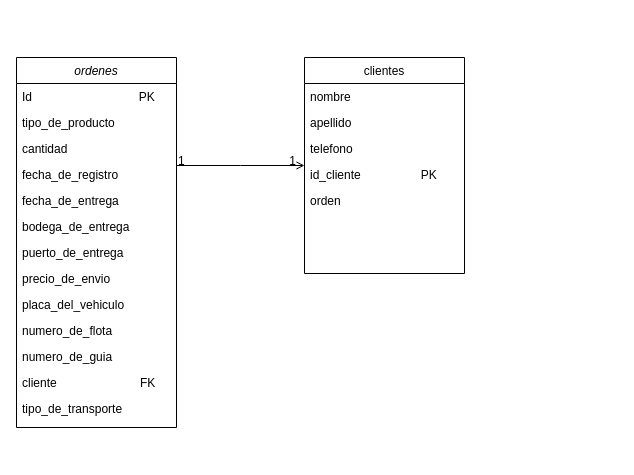
ibrahimhc19/Logistica keeps this draw.io diagram as diagrama.drawio. Above is the earlier version. Source tidied: cells renumbered, new cells numbered last; positions are measured from the earlier drawing's top-left corner, leaving out a move shared by most shapes. Both pictures are drawn from the tidied source at 100%, with x=0, y=0 at pixel (16, 57).
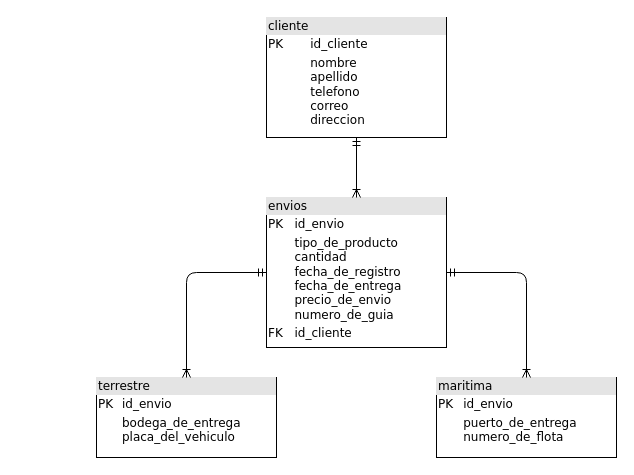
Above is the later version.

Commit message (it also covers changes not shown here):
correccion de diagrama y tablas

The edit, as a diff of the source:
```diff
@@
-    <mxCell id="0" />
-    <mxCell id="1" parent="0" />
-    <mxCell id="2" value="ordenes" style="swimlane;fontStyle=2;align=center;verticalAlign=top;horizontal=1;startSize=26;rounded=0;shadow=0;strokeWidth=1;" parent="1" vertex="1">
-      <mxGeometry width="160" height="370" as="geometry" />
-    </mxCell>
-    <mxCell id="3" value="Id                                PK" style="text;align=left;verticalAlign=top;spacingLeft=4;spacingRight=4;overflow=hidden;" parent="2" vertex="1">
-      <mxGeometry y="26" width="160" height="26" as="geometry" />
-    </mxCell>
-    <mxCell id="4" value="tipo_de_producto" style="text;align=left;verticalAlign=top;spacingLeft=4;spacingRight=4;overflow=hidden;rounded=0;shadow=0;html=0;" parent="2" vertex="1">
-      <mxGeometry y="52" width="160" height="26" as="geometry" />
-    </mxCell>
-    <mxCell id="5" value="cantidad" style="text;align=left;verticalAlign=top;spacingLeft=4;spacingRight=4;overflow=hidden;rounded=0;shadow=0;html=0;" parent="2" vertex="1">
-      <mxGeometry y="78" width="160" height="26" as="geometry" />
-    </mxCell>
-    <mxCell id="6" value="fecha_de_registro" style="text;align=left;verticalAlign=top;spacingLeft=4;spacingRight=4;overflow=hidden;rounded=0;shadow=0;html=0;" parent="2" vertex="1">
-      <mxGeometry y="104" width="160" height="26" as="geometry" />
-    </mxCell>
-    <mxCell id="7" value="fecha_de_entrega" style="text;align=left;verticalAlign=top;spacingLeft=4;spacingRight=4;overflow=hidden;rounded=0;shadow=0;html=0;" parent="2" vertex="1">
-      <mxGeometry y="130" width="160" height="26" as="geometry" />
-    </mxCell>
-    <mxCell id="8" value="bodega_de_entrega&#10;" style="text;align=left;verticalAlign=top;spacingLeft=4;spacingRight=4;overflow=hidden;rounded=0;shadow=0;html=0;" parent="2" vertex="1">
-      <mxGeometry y="156" width="160" height="26" as="geometry" />
-    </mxCell>
-    <mxCell id="9" value="puerto_de_entrega" style="text;align=left;verticalAlign=top;spacingLeft=4;spacingRight=4;overflow=hidden;rounded=0;shadow=0;html=0;" parent="2" vertex="1">
-      <mxGeometry y="182" width="160" height="26" as="geometry" />
-    </mxCell>
-    <mxCell id="10" value="precio_de_envio" style="text;align=left;verticalAlign=top;spacingLeft=4;spacingRight=4;overflow=hidden;rounded=0;shadow=0;html=0;" parent="2" vertex="1">
-      <mxGeometry y="208" width="160" height="26" as="geometry" />
-    </mxCell>
-    <mxCell id="11" value="placa_del_vehiculo" style="text;align=left;verticalAlign=top;spacingLeft=4;spacingRight=4;overflow=hidden;rounded=0;shadow=0;html=0;" parent="2" vertex="1">
-      <mxGeometry y="234" width="160" height="26" as="geometry" />
-    </mxCell>
-    <mxCell id="12" value="numero_de_flota" style="text;align=left;verticalAlign=top;spacingLeft=4;spacingRight=4;overflow=hidden;rounded=0;shadow=0;html=0;" parent="2" vertex="1">
-      <mxGeometry y="260" width="160" height="26" as="geometry" />
-    </mxCell>
-    <mxCell id="13" value="numero_de_guia" style="text;align=left;verticalAlign=top;spacingLeft=4;spacingRight=4;overflow=hidden;rounded=0;shadow=0;html=0;" parent="2" vertex="1">
-      <mxGeometry y="286" width="160" height="26" as="geometry" />
-    </mxCell>
-    <mxCell id="14" value="cliente                         FK" style="text;align=left;verticalAlign=top;spacingLeft=4;spacingRight=4;overflow=hidden;rounded=0;shadow=0;html=0;" parent="2" vertex="1">
-      <mxGeometry y="312" width="160" height="26" as="geometry" />
-    </mxCell>
-    <mxCell id="15" value="tipo_de_transporte" style="text;align=left;verticalAlign=top;spacingLeft=4;spacingRight=4;overflow=hidden;rounded=0;shadow=0;html=0;" parent="2" vertex="1">
-      <mxGeometry y="338" width="160" height="26" as="geometry" />
-    </mxCell>
-    <mxCell id="16" value="clientes" style="swimlane;fontStyle=0;align=center;verticalAlign=top;horizontal=1;startSize=26;rounded=0;shadow=0;strokeWidth=1;" parent="1" vertex="1">
-      <mxGeometry x="288" width="160" height="216" as="geometry" />
-    </mxCell>
-    <mxCell id="17" value="nombre" style="text;align=left;verticalAlign=top;spacingLeft=4;spacingRight=4;overflow=hidden;" parent="16" vertex="1">
-      <mxGeometry y="26" width="160" height="26" as="geometry" />
-    </mxCell>
-    <mxCell id="18" value="apellido" style="text;align=left;verticalAlign=top;spacingLeft=4;spacingRight=4;overflow=hidden;rounded=0;shadow=0;html=0;" parent="16" vertex="1">
-      <mxGeometry y="52" width="160" height="26" as="geometry" />
-    </mxCell>
-    <mxCell id="19" value="telefono" style="text;align=left;verticalAlign=top;spacingLeft=4;spacingRight=4;overflow=hidden;rounded=0;shadow=0;html=0;" parent="16" vertex="1">
-      <mxGeometry y="78" width="160" height="26" as="geometry" />
-    </mxCell>
-    <mxCell id="20" value="id_cliente                  PK" style="text;align=left;verticalAlign=top;spacingLeft=4;spacingRight=4;overflow=hidden;rounded=0;shadow=0;html=0;" parent="16" vertex="1">
-      <mxGeometry y="104" width="160" height="26" as="geometry" />
-    </mxCell>
-    <mxCell id="21" value="orden" style="text;align=left;verticalAlign=top;spacingLeft=4;spacingRight=4;overflow=hidden;rounded=0;shadow=0;html=0;" parent="16" vertex="1">
-      <mxGeometry y="130" width="160" height="26" as="geometry" />
-    </mxCell>
-    <mxCell id="22" style="endArrow=open;shadow=0;strokeWidth=1;rounded=0;curved=0;endFill=1;edgeStyle=elbowEdgeStyle;elbow=vertical;" parent="1" edge="1" source="2" target="16">
-      <mxGeometry x="0.5" y="41" relative="1" as="geometry">
-        <mxPoint x="-40" y="32" as="offset" />
-      </mxGeometry>
-    </mxCell>
-    <mxCell id="23" value="1" style="align=left;verticalAlign=bottom;labelBackgroundColor=none;fontSize=12;" parent="22" vertex="1">
-      <mxGeometry x="-1" relative="1" as="geometry">
-        <mxPoint y="4" as="offset" />
-      </mxGeometry>
-    </mxCell>
-    <mxCell id="24" value="1" style="align=right;verticalAlign=bottom;labelBackgroundColor=none;fontSize=12;" parent="22" vertex="1">
-      <mxGeometry x="1" relative="1" as="geometry">
-        <mxPoint x="-7" y="4" as="offset" />
-      </mxGeometry>
-    </mxCell>
+    <mxCell id="25" />
+    <mxCell id="26" parent="25" />
+    <mxCell id="27" value="&lt;div style=&quot;box-sizing:border-box;width:100%;background:#e4e4e4;padding:2px;&quot;&gt;cliente&lt;/div&gt;&lt;table style=&quot;width:100%;font-size:1em;&quot; cellpadding=&quot;2&quot; cellspacing=&quot;0&quot;&gt;&lt;tbody&gt;&lt;tr&gt;&lt;td&gt;PK&lt;/td&gt;&lt;td&gt;id_cliente&lt;/td&gt;&lt;/tr&gt;&lt;tr&gt;&lt;td&gt;&lt;br&gt;&lt;/td&gt;&lt;td&gt;nombre&lt;br&gt;apellido&lt;br&gt;telefono&lt;br&gt;correo&lt;br&gt;direccion&amp;nbsp;&lt;/td&gt;&lt;/tr&gt;&lt;tr&gt;&lt;td&gt;&lt;br&gt;&lt;/td&gt;&lt;td&gt;&lt;/td&gt;&lt;/tr&gt;&lt;/tbody&gt;&lt;/table&gt;" style="verticalAlign=top;align=left;overflow=fill;html=1;rounded=0;shadow=0;comic=0;labelBackgroundColor=none;strokeWidth=1;fontFamily=Verdana;fontSize=12;" parent="26" vertex="1">
+      <mxGeometry x="250" y="-40" width="180" height="120" as="geometry" />
+    </mxCell>
+    <mxCell id="28" value="&lt;div style=&quot;box-sizing: border-box ; width: 100% ; background: #e4e4e4 ; padding: 2px&quot;&gt;terrestre &lt;/div&gt;&lt;table style=&quot;width: 100% ; font-size: 1em&quot; cellpadding=&quot;2&quot; cellspacing=&quot;0&quot;&gt;&lt;tbody&gt;&lt;tr&gt;&lt;td&gt;PK&lt;/td&gt;&lt;td&gt;id_envio &lt;/td&gt;&lt;/tr&gt;&lt;tr&gt;&lt;td&gt;&lt;br&gt;&lt;/td&gt;&lt;td&gt;bodega_de_entrega&lt;br&gt;placa_del_vehiculo &amp;nbsp;&lt;/td&gt;&lt;/tr&gt;&lt;tr&gt;&lt;td&gt;&lt;br&gt;&lt;/td&gt;&lt;td&gt;&lt;/td&gt;&lt;/tr&gt;&lt;/tbody&gt;&lt;/table&gt;" style="verticalAlign=top;align=left;overflow=fill;html=1;rounded=0;shadow=0;comic=0;labelBackgroundColor=none;strokeWidth=1;fontFamily=Verdana;fontSize=12;" parent="26" vertex="1">
+      <mxGeometry x="80" y="320" width="180" height="80" as="geometry" />
+    </mxCell>
+    <mxCell id="29" style="edgeStyle=orthogonalEdgeStyle;html=1;entryX=0.5;entryY=0;labelBackgroundColor=none;startArrow=ERmandOne;endArrow=ERoneToMany;fontFamily=Verdana;fontSize=12;align=left;exitX=0;exitY=0.5;exitDx=0;exitDy=0;" parent="26" edge="1" source="30" target="28">
+      <mxGeometry relative="1" as="geometry" />
+    </mxCell>
+    <mxCell id="30" value="&lt;div style=&quot;box-sizing:border-box;width:100%;background:#e4e4e4;padding:2px;&quot;&gt;envios&lt;/div&gt;&lt;table style=&quot;width:100%;font-size:1em;&quot; cellpadding=&quot;2&quot; cellspacing=&quot;0&quot;&gt;&lt;tbody&gt;&lt;tr&gt;&lt;td&gt;PK&lt;/td&gt;&lt;td&gt;id_envio&lt;/td&gt;&lt;/tr&gt;&lt;tr&gt;&lt;td&gt;&lt;br&gt;&lt;/td&gt;&lt;td&gt;tipo_de_producto&lt;br&gt;cantidad&lt;br&gt;fecha_de_registro&lt;br&gt;fecha_de_entrega&lt;br&gt;precio_de_envio&amp;nbsp;&lt;br&gt;numero_de_guia&lt;br&gt;&lt;/td&gt;&lt;/tr&gt;&lt;tr&gt;&lt;td&gt;FK&lt;/td&gt;&lt;td&gt;id_cliente &lt;/td&gt;&lt;/tr&gt;&lt;tr&gt;&lt;td&gt;&lt;/td&gt;&lt;td&gt;&lt;br&gt;&lt;/td&gt;&lt;/tr&gt;&lt;/tbody&gt;&lt;/table&gt;" style="verticalAlign=top;align=left;overflow=fill;html=1;rounded=0;shadow=0;comic=0;labelBackgroundColor=none;strokeWidth=1;fontFamily=Verdana;fontSize=12;" parent="26" vertex="1">
+      <mxGeometry x="250" y="140" width="180" height="150" as="geometry" />
+    </mxCell>
+    <mxCell id="31" style="edgeStyle=orthogonalEdgeStyle;html=1;endArrow=ERoneToMany;startArrow=ERmandOne;labelBackgroundColor=none;fontFamily=Verdana;fontSize=12;align=left;exitX=0.5;exitY=1;entryX=0.5;entryY=0;" parent="26" edge="1" source="27" target="30">
+      <mxGeometry relative="1" as="geometry" />
+    </mxCell>
+    <mxCell id="32" value="&lt;div style=&quot;box-sizing: border-box ; width: 100% ; background: #e4e4e4 ; padding: 2px&quot;&gt;maritima&lt;/div&gt;&lt;table style=&quot;width: 100% ; font-size: 1em&quot; cellpadding=&quot;2&quot; cellspacing=&quot;0&quot;&gt;&lt;tbody&gt;&lt;tr&gt;&lt;td&gt;PK&lt;/td&gt;&lt;td&gt;id_envio &lt;/td&gt;&lt;/tr&gt;&lt;tr&gt;&lt;td&gt;&lt;br&gt;&lt;/td&gt;&lt;td&gt;puerto_de_entrega &lt;br&gt;numero_de_flota &lt;/td&gt;&lt;/tr&gt;&lt;tr&gt;&lt;td&gt;&lt;br&gt;&lt;/td&gt;&lt;td&gt;&lt;/td&gt;&lt;/tr&gt;&lt;/tbody&gt;&lt;/table&gt;" style="verticalAlign=top;align=left;overflow=fill;html=1;rounded=0;shadow=0;comic=0;labelBackgroundColor=none;strokeWidth=1;fontFamily=Verdana;fontSize=12;" parent="26" vertex="1">
+      <mxGeometry x="420" y="320" width="180" height="80" as="geometry" />
+    </mxCell>
+    <mxCell id="33" style="edgeStyle=orthogonalEdgeStyle;html=1;entryX=0.5;entryY=0;labelBackgroundColor=none;startArrow=ERmandOne;endArrow=ERoneToMany;fontFamily=Verdana;fontSize=12;align=left;exitX=1;exitY=0.5;exitDx=0;exitDy=0;entryDx=0;entryDy=0;" parent="26" edge="1" source="30" target="32">
+      <mxGeometry relative="1" as="geometry" />
+    </mxCell>
```
